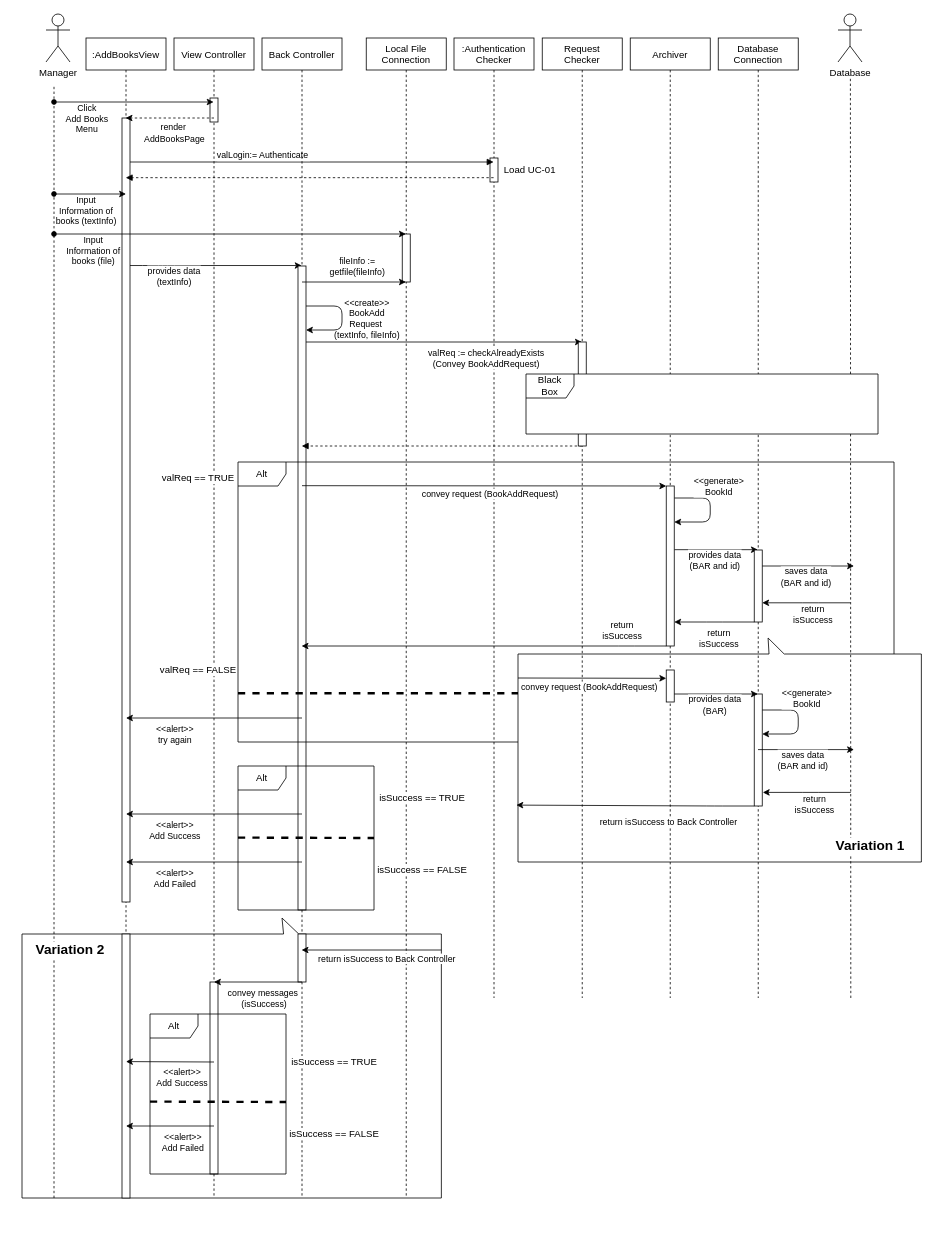
Above: docs/SequenceDiagram/SD-UC-03.drawio in youngkwon02/Enhanced-library-management (draw.io), before the change. Source tidied: cells renumbered, new cells numbered last; positions are measured from the earlier drawing's top-left corner, leaving out a move shared by most shapes. Both pictures are drawn from the tidied source at 80%, with x=0, y=0 at pixel (14, 14).
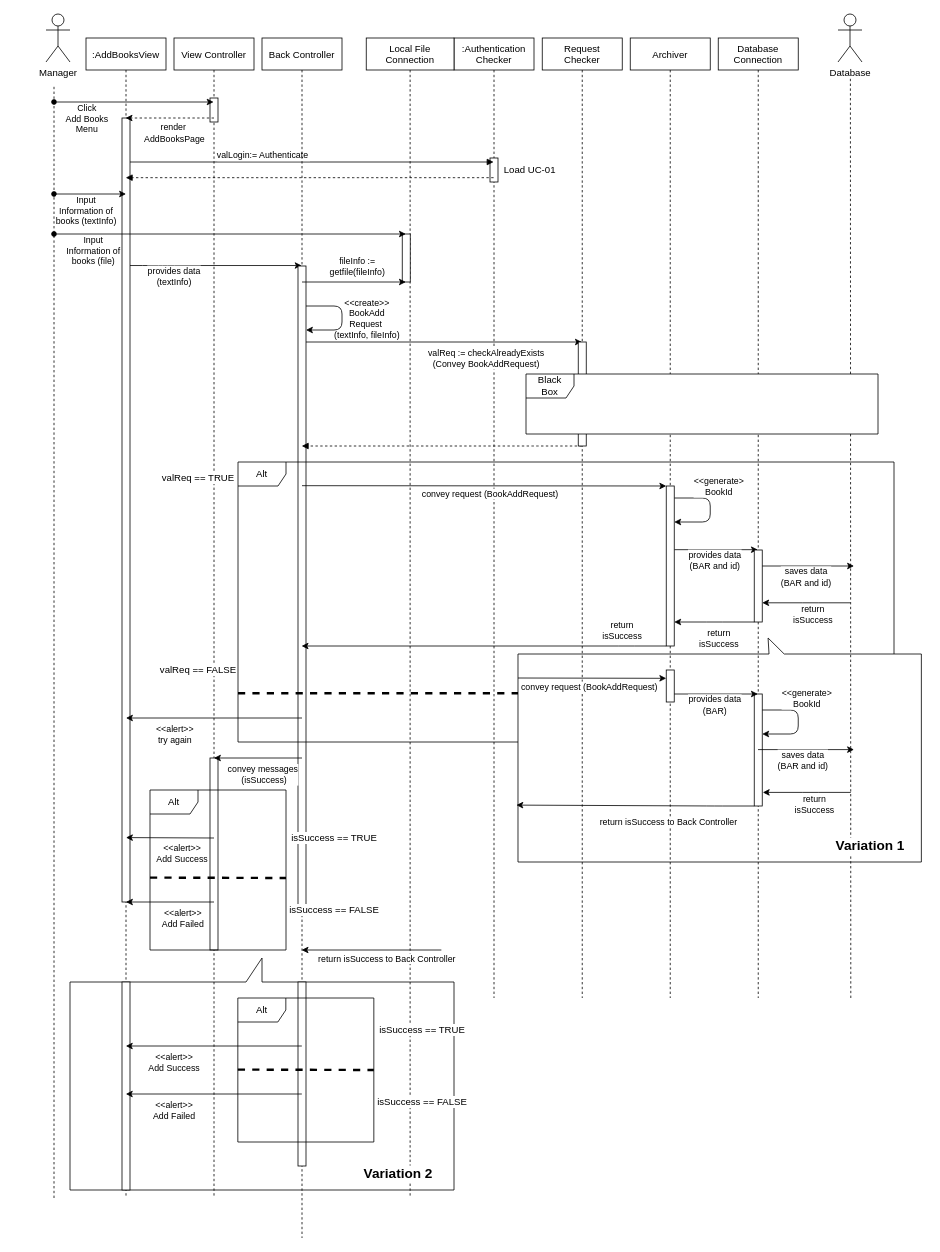
The same page after the edit.

Unchanged cells that the change refers to:
```xml
<mxCell id="7" value=":AddBooksView" style="shape=umlLifeline;perimeter=lifelinePerimeter;rounded=0;shadow=0;strokeWidth=1;" parent="1" vertex="1">
  <mxGeometry x="90" y="30" width="100" height="1450" as="geometry" />
</mxCell>
<mxCell id="10" value="View Controller" style="shape=umlLifeline;perimeter=lifelinePerimeter;rounded=0;shadow=0;strokeWidth=1;" parent="1" vertex="1">
  <mxGeometry x="200" y="30" width="100" height="1450" as="geometry" />
</mxCell>
```

What changed in the source:
```diff
@@
-    <mxCell id="2" style="shape=callout;whiteSpace=wrap;html=1;perimeter=calloutPerimeter;position2=0.38;size=20;position=0.34;base=19;rotation=-180;" parent="1" vertex="1">
-      <mxGeometry x="10" y="1130" width="524.2" height="350" as="geometry" />
-    </mxCell>
+    <mxCell id="105" style="shape=callout;whiteSpace=wrap;html=1;perimeter=calloutPerimeter;fontSize=17;fillColor=#ffffff;rotation=-180;" parent="1" vertex="1">
+      <mxGeometry x="70" y="1180" width="480" height="290" as="geometry" />
+    </mxCell>
@@
     <mxCell id="9" style="perimeter=orthogonalPerimeter;rounded=0;shadow=0;strokeWidth=1;" parent="7" vertex="1">
-      <mxGeometry x="45" y="1120" width="10" height="330" as="geometry" />
+      <mxGeometry x="45" y="1180" width="10" height="260" as="geometry" />
     </mxCell>
@@
     <mxCell id="12" style="perimeter=orthogonalPerimeter;rounded=0;shadow=0;strokeWidth=1;" parent="10" vertex="1">
-      <mxGeometry x="45" y="1180" width="10" height="240" as="geometry" />
+      <mxGeometry x="45" y="900" width="10" height="240" as="geometry" />
     </mxCell>
@@
     <mxCell id="15" value="Back Controller" style="shape=umlLifeline;perimeter=lifelinePerimeter;rounded=0;shadow=0;strokeWidth=1;" parent="1" vertex="1">
-      <mxGeometry x="310" y="30" width="100" height="1450" as="geometry" />
+      <mxGeometry x="310" y="30" width="100" height="1500" as="geometry" />
     </mxCell>
@@
     <mxCell id="17" style="perimeter=orthogonalPerimeter;rounded=0;shadow=0;strokeWidth=1;" parent="15" vertex="1">
-      <mxGeometry x="45" y="1120" width="10" height="60" as="geometry" />
+      <mxGeometry x="45" y="1180" width="10" height="230" as="geometry" />
     </mxCell>
     <mxCell id="18" value="Local File&#10;Connection" style="shape=umlLifeline;perimeter=lifelinePerimeter;rounded=0;shadow=0;strokeWidth=1;" parent="1" vertex="1">
-      <mxGeometry x="440.3" y="30" width="100" height="1450" as="geometry" />
+      <mxGeometry x="440.3" y="30" width="109.7" height="1450" as="geometry" />
     </mxCell>
@@
+    <mxCell id="104" value="Variation 2" style="text;html=1;strokeColor=none;fillColor=none;align=center;verticalAlign=middle;rounded=0;labelBackgroundColor=#ffffff;fontSize=17;fontStyle=1;" parent="18" vertex="1">
+      <mxGeometry x="-30.3" y="1390" width="140" height="60" as="geometry" />
+    </mxCell>
@@
     <mxCell id="60" style="endArrow=classic;html=1;strokeWidth=1;" parent="1" edge="1">
       <mxGeometry relative="1" as="geometry">
-        <mxPoint x="360" y="1000" as="sourcePoint" />
-        <mxPoint x="140" y="1000" as="targetPoint" />
+        <mxPoint x="359.8" y="1290" as="sourcePoint" />
+        <mxPoint x="139.8" y="1290" as="targetPoint" />
       </mxGeometry>
     </mxCell>
@@
     <mxCell id="62" value="Alt" style="shape=umlFrame;whiteSpace=wrap;html=1;labelBackgroundColor=#ffffff;fillColor=#FFFFFF;gradientColor=none;" parent="1" vertex="1">
-      <mxGeometry x="280" y="940" width="170" height="180" as="geometry" />
+      <mxGeometry x="279.8" y="1230" width="170" height="180" as="geometry" />
     </mxCell>
     <mxCell id="63" style="endArrow=classic;html=1;strokeWidth=1;" parent="1" edge="1">
       <mxGeometry relative="1" as="geometry">
-        <mxPoint x="360" y="1060" as="sourcePoint" />
-        <mxPoint x="140" y="1060" as="targetPoint" />
+        <mxPoint x="359.8" y="1350" as="sourcePoint" />
+        <mxPoint x="139.8" y="1350" as="targetPoint" />
       </mxGeometry>
     </mxCell>
@@
     <mxCell id="65" style="endArrow=none;dashed=1;html=1;strokeWidth=3;" parent="1" edge="1">
       <mxGeometry relative="1" as="geometry">
-        <mxPoint x="280" y="1029.5" as="sourcePoint" />
-        <mxPoint x="450" y="1030" as="targetPoint" />
+        <mxPoint x="279.8" y="1319.5" as="sourcePoint" />
+        <mxPoint x="449.8" y="1320" as="targetPoint" />
       </mxGeometry>
     </mxCell>
     <mxCell id="66" value="isSuccess == TRUE" style="text;html=1;strokeColor=none;fillColor=none;align=center;verticalAlign=middle;rounded=0;labelBackgroundColor=#ffffff;" parent="1" vertex="1">
-      <mxGeometry x="440.3" y="950" width="140" height="60" as="geometry" />
+      <mxGeometry x="440.2" y="1240" width="140" height="60" as="geometry" />
     </mxCell>
     <mxCell id="67" value="isSuccess == FALSE" style="text;html=1;strokeColor=none;fillColor=none;align=center;verticalAlign=middle;rounded=0;labelBackgroundColor=#ffffff;" parent="1" vertex="1">
-      <mxGeometry x="440.3" y="1040" width="140" height="60" as="geometry" />
+      <mxGeometry x="440.2" y="1330" width="140" height="60" as="geometry" />
     </mxCell>
@@
     <mxCell id="94" style="endArrow=classic;html=1;" parent="1" edge="1">
       <mxGeometry relative="1" as="geometry">
-        <mxPoint x="360" y="1210" as="sourcePoint" />
-        <mxPoint x="250" y="1210" as="targetPoint" />
+        <mxPoint x="360" y="930" as="sourcePoint" />
+        <mxPoint x="250" y="930" as="targetPoint" />
       </mxGeometry>
     </mxCell>
@@
     <mxCell id="96" value="Alt" style="shape=umlFrame;whiteSpace=wrap;html=1;labelBackgroundColor=#ffffff;fillColor=#FFFFFF;gradientColor=none;" parent="1" vertex="1">
-      <mxGeometry x="170" y="1250" width="170" height="200" as="geometry" />
+      <mxGeometry x="170" y="970" width="170" height="200" as="geometry" />
     </mxCell>
     <mxCell id="97" style="endArrow=none;dashed=1;html=1;strokeWidth=3;" parent="1" edge="1">
       <mxGeometry relative="1" as="geometry">
-        <mxPoint x="170" y="1359.5" as="sourcePoint" />
-        <mxPoint x="340" y="1360" as="targetPoint" />
+        <mxPoint x="170" y="1079.5" as="sourcePoint" />
+        <mxPoint x="340" y="1080" as="targetPoint" />
       </mxGeometry>
     </mxCell>
     <mxCell id="98" value="isSuccess == TRUE" style="text;html=1;strokeColor=none;fillColor=none;align=center;verticalAlign=middle;rounded=0;labelBackgroundColor=#ffffff;" parent="1" vertex="1">
-      <mxGeometry x="330.3" y="1280" width="140" height="60" as="geometry" />
+      <mxGeometry x="330.3" y="1000" width="140" height="60" as="geometry" />
     </mxCell>
     <mxCell id="99" value="isSuccess == FALSE" style="text;html=1;strokeColor=none;fillColor=none;align=center;verticalAlign=middle;rounded=0;labelBackgroundColor=#ffffff;" parent="1" vertex="1">
-      <mxGeometry x="330.3" y="1370" width="140" height="60" as="geometry" />
+      <mxGeometry x="330.3" y="1090" width="140" height="60" as="geometry" />
     </mxCell>
     <mxCell id="100" style="endArrow=classic;html=1;strokeWidth=1;" parent="1" edge="1">
       <mxGeometry relative="1" as="geometry">
-        <mxPoint x="250" y="1310" as="sourcePoint" />
-        <mxPoint x="140" y="1309.5" as="targetPoint" />
+        <mxPoint x="250" y="1030" as="sourcePoint" />
+        <mxPoint x="140" y="1029.5" as="targetPoint" />
       </mxGeometry>
     </mxCell>
@@
     <mxCell id="102" style="endArrow=classic;html=1;strokeWidth=1;" parent="1" edge="1">
       <mxGeometry relative="1" as="geometry">
-        <mxPoint x="250" y="1390" as="sourcePoint" />
-        <mxPoint x="140" y="1390" as="targetPoint" />
+        <mxPoint x="250" y="1110" as="sourcePoint" />
+        <mxPoint x="140" y="1110" as="targetPoint" />
       </mxGeometry>
     </mxCell>
@@
-    <mxCell id="104" value="Variation 2" style="text;html=1;strokeColor=none;fillColor=none;align=center;verticalAlign=middle;rounded=0;labelBackgroundColor=#ffffff;fontSize=17;fontStyle=1;" parent="1" vertex="1">
-      <mxGeometry y="1140" width="140" height="60" as="geometry" />
-    </mxCell>
```
